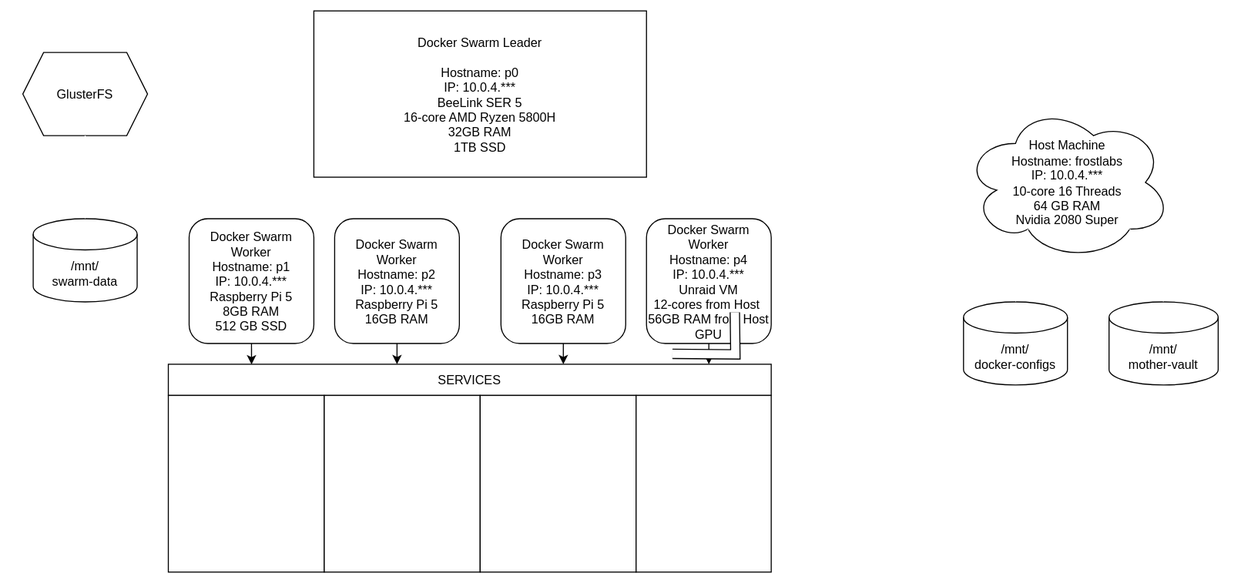
ghost062591/frostlabs-site keeps this draw.io diagram as Infrastructure Diagram.svg. Above is the earlier version. Source tidied: cells renumbered, new cells last; positions are measured from the earlier drawing's top-left corner, leaving out a move shared by most shapes.
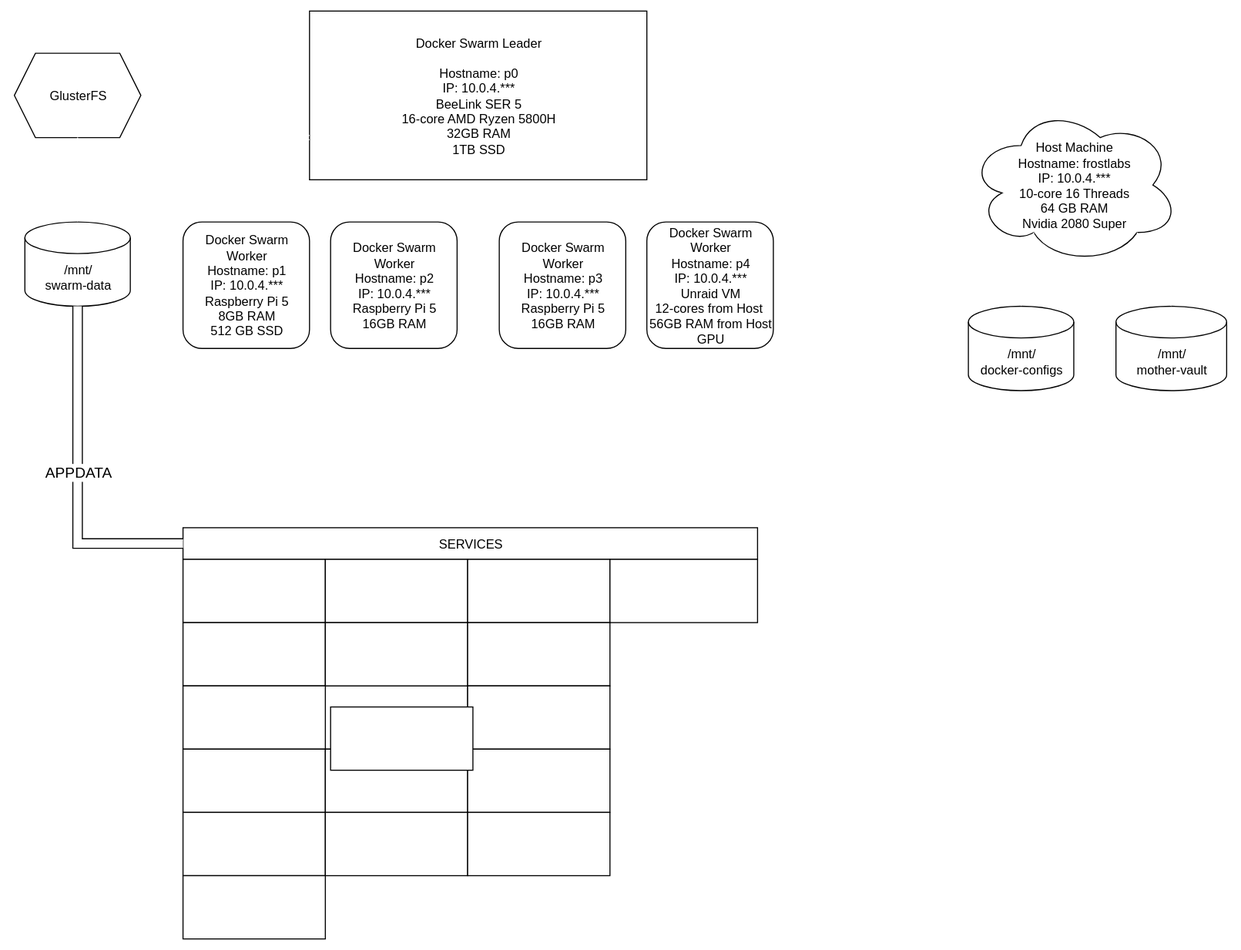
After the commit.

Commit message:
DESKTOP-61VDD0K 2025-10-17:10:4:48

Diff of the diagram source:
```diff
@@ -25,33 +25,21 @@
     <mxCell id="7" style="edgeStyle=none;html=1;exitX=0;exitY=0.5;exitDx=0;exitDy=0;entryX=1;entryY=0.5;entryDx=0;entryDy=0;strokeColor=#FFFFFF;" parent="1" edge="1" source="8" target="22">
       <mxGeometry relative="1" as="geometry" />
     </mxCell>
+    <mxCell id="31" style="edgeStyle=none;html=1;exitX=0.5;exitY=1;exitDx=0;exitDy=0;entryX=0.5;entryY=0;entryDx=0;entryDy=0;shape=arrow;strokeColor=#FFFFFF;fillColor=#FFFFFF;" parent="1" edge="1" source="8" target="24">
+      <mxGeometry relative="1" as="geometry" />
+    </mxCell>
     <mxCell id="8" value="Docker Swarm Leader&lt;br&gt;&lt;br&gt;Hostname: p0&lt;br&gt;IP: 10.0.4.***&lt;br&gt;BeeLink SER 5&lt;br&gt;16-core AMD Ryzen 5800H&lt;br&gt;32GB RAM&lt;br&gt;1TB SSD" style="rounded=0;whiteSpace=wrap;html=1;" parent="1" vertex="1">
       <mxGeometry x="280" width="320" height="160" as="geometry" />
     </mxCell>
     <mxCell id="9" value="Docker Swarm Worker&lt;br&gt;Hostname: p1&lt;br&gt;IP: 10.0.4.***&lt;br&gt;Raspberry Pi 5&lt;br&gt;8GB RAM&lt;br&gt;512 GB SSD" style="rounded=1;whiteSpace=wrap;html=1;" parent="1" vertex="1">
       <mxGeometry x="160" y="200" width="120" height="120" as="geometry" />
     </mxCell>
-    <mxCell id="10" style="edgeStyle=none;html=1;exitX=0.5;exitY=1;exitDx=0;exitDy=0;entryX=0.5;entryY=0;entryDx=0;entryDy=0;" parent="1" edge="1" source="11">
-      <mxGeometry relative="1" as="geometry">
-        <mxPoint x="360" y="340" as="targetPoint" />
-      </mxGeometry>
-    </mxCell>
     <mxCell id="11" value="Docker Swarm Worker&lt;br&gt;Hostname: p2&lt;br&gt;IP: 10.0.4.***&lt;br&gt;Raspberry Pi 5&lt;br&gt;16GB RAM" style="rounded=1;whiteSpace=wrap;html=1;" parent="1" vertex="1">
       <mxGeometry x="300" y="200" width="120" height="120" as="geometry" />
     </mxCell>
-    <mxCell id="12" style="edgeStyle=none;html=1;exitX=0.5;exitY=1;exitDx=0;exitDy=0;entryX=0.5;entryY=0;entryDx=0;entryDy=0;" parent="1" edge="1" source="13">
-      <mxGeometry relative="1" as="geometry">
-        <mxPoint x="520" y="340" as="targetPoint" />
-      </mxGeometry>
-    </mxCell>
     <mxCell id="13" value="Docker Swarm Worker&lt;br&gt;Hostname: p3&lt;br&gt;IP: 10.0.4.***&lt;br&gt;Raspberry Pi 5&lt;br&gt;16GB RAM" style="rounded=1;whiteSpace=wrap;html=1;" parent="1" vertex="1">
       <mxGeometry x="460" y="200" width="120" height="120" as="geometry" />
     </mxCell>
-    <mxCell id="14" style="edgeStyle=none;html=1;exitX=0.5;exitY=1;exitDx=0;exitDy=0;entryX=0.5;entryY=0;entryDx=0;entryDy=0;" parent="1" edge="1" source="15">
-      <mxGeometry relative="1" as="geometry">
-        <mxPoint x="660" y="340" as="targetPoint" />
-      </mxGeometry>
-    </mxCell>
     <mxCell id="15" value="Docker Swarm Worker&lt;br&gt;Hostname: p4&lt;br&gt;IP: 10.0.4.***&lt;br&gt;Unraid VM&lt;br&gt;12-cores from Host&amp;nbsp;&lt;br&gt;56GB RAM from Host&lt;br&gt;GPU" style="rounded=1;whiteSpace=wrap;html=1;" parent="1" vertex="1">
       <mxGeometry x="600" y="200" width="120" height="120" as="geometry" />
     </mxCell>
@@ -72,6 +60,13 @@
     <mxCell id="20" style="edgeStyle=none;html=1;exitX=0.8;exitY=0.8;exitDx=0;exitDy=0;exitPerimeter=0;entryX=0.5;entryY=0;entryDx=0;entryDy=0;entryPerimeter=0;strokeColor=#FFFFFF;" parent="1" edge="1" source="16" target="17">
       <mxGeometry relative="1" as="geometry" />
     </mxCell>
+    <mxCell id="32" style="edgeStyle=none;html=1;exitX=1;exitY=0;exitDx=0;exitDy=15;exitPerimeter=0;entryX=0;entryY=0.75;entryDx=0;entryDy=0;shape=link;strokeColor=#FFFFFF;" parent="1" edge="1" source="21" target="8">
+      <mxGeometry relative="1" as="geometry">
+        <Array as="points">
+          <mxPoint x="110" y="120" />
+        </Array>
+      </mxGeometry>
+    </mxCell>
     <mxCell id="21" value="/mnt/&lt;br&gt;swarm-data" style="shape=cylinder3;whiteSpace=wrap;html=1;boundedLbl=1;backgroundOutline=1;size=15;" parent="1" vertex="1">
       <mxGeometry x="10" y="200" width="100" height="80" as="geometry" />
     </mxCell>
@@ -82,28 +77,67 @@
       <mxGeometry relative="1" as="geometry" />
     </mxCell>
     <mxCell id="24" value="SERVICES" style="rounded=0;whiteSpace=wrap;html=1;" parent="1" vertex="1">
-      <mxGeometry x="140" y="340" width="580" height="30" as="geometry" />
+      <mxGeometry x="160" y="490" width="545" height="30" as="geometry" />
     </mxCell>
-    <mxCell id="25" style="rounded=0;whiteSpace=wrap;html=1;" parent="1" vertex="1">
-      <mxGeometry x="140" y="370" width="150" height="170" as="geometry" />
-    </mxCell>
-    <mxCell id="26" style="rounded=0;whiteSpace=wrap;html=1;" parent="1" vertex="1">
-      <mxGeometry x="290" y="370" width="150" height="170" as="geometry" />
-    </mxCell>
-    <mxCell id="27" style="rounded=0;whiteSpace=wrap;html=1;" parent="1" vertex="1">
-      <mxGeometry x="440" y="370" width="150" height="170" as="geometry" />
-    </mxCell>
-    <mxCell id="28" style="rounded=0;whiteSpace=wrap;html=1;" parent="1" vertex="1">
-      <mxGeometry x="590" y="370" width="130" height="170" as="geometry" />
-    </mxCell>
-    <mxCell id="29" style="edgeStyle=none;html=1;exitX=0.5;exitY=1;exitDx=0;exitDy=0;entryX=0.138;entryY=0.005;entryDx=0;entryDy=0;entryPerimeter=0;" parent="1" edge="1" source="9" target="24">
-      <mxGeometry relative="1" as="geometry" />
-    </mxCell>
-    <mxCell id="30" style="shape=filledEdge;curved=0;rounded=0;fixDash=1;endArrow=none;strokeWidth=10;fillColor=#ffffff;edgeStyle=orthogonalEdgeStyle;html=1;" parent="1" edge="1">
-      <mxGeometry relative="1" as="geometry">
-        <mxPoint x="625" y="330" as="sourcePoint" />
-        <mxPoint x="685" y="290" as="targetPoint" />
-      </mxGeometry>
+    <mxCell id="30" style="shape=filledEdge;curved=0;rounded=0;fixDash=1;endArrow=none;strokeWidth=10;fillColor=#ffffff;edgeStyle=orthogonalEdgeStyle;html=1;entryX=0;entryY=0.5;entryDx=0;entryDy=0;exitX=0.5;exitY=1;exitDx=0;exitDy=0;exitPerimeter=0;" parent="1" edge="1" source="21" target="24">
+      <mxGeometry relative="1" as="geometry" />
     </mxCell>
+    <mxCell id="33" value="&lt;font style=&quot;font-size: 14px;&quot;&gt;APPDATA&lt;/font&gt;" style="edgeLabel;html=1;align=center;verticalAlign=middle;" parent="30" vertex="1">
+      <mxGeometry x="-0.03" relative="1" as="geometry" />
+    </mxCell>
+    <mxCell id="34" style="rounded=0;whiteSpace=wrap;html=1;" parent="1" vertex="1">
+      <mxGeometry x="160" y="520" width="135" height="60" as="geometry" />
+    </mxCell>
+    <mxCell id="35" style="rounded=0;whiteSpace=wrap;html=1;" parent="1" vertex="1">
+      <mxGeometry x="295" y="520" width="135" height="60" as="geometry" />
+    </mxCell>
+    <mxCell id="36" style="rounded=0;whiteSpace=wrap;html=1;" parent="1" vertex="1">
+      <mxGeometry x="430" y="520" width="135" height="60" as="geometry" />
+    </mxCell>
+    <mxCell id="37" style="rounded=0;whiteSpace=wrap;html=1;" parent="1" vertex="1">
+      <mxGeometry x="565" y="520" width="140" height="60" as="geometry" />
+    </mxCell>
+    <mxCell id="38" style="rounded=0;whiteSpace=wrap;html=1;" parent="1" vertex="1">
+      <mxGeometry x="160" y="580" width="135" height="60" as="geometry" />
+    </mxCell>
+    <mxCell id="39" style="rounded=0;whiteSpace=wrap;html=1;" parent="1" vertex="1">
+      <mxGeometry x="295" y="640" width="135" height="60" as="geometry" />
+    </mxCell>
+    <mxCell id="40" style="rounded=0;whiteSpace=wrap;html=1;" parent="1" vertex="1">
+      <mxGeometry x="295" y="580" width="135" height="60" as="geometry" />
+    </mxCell>
+    <mxCell id="41" style="rounded=0;whiteSpace=wrap;html=1;" parent="1" vertex="1">
+      <mxGeometry x="160" y="640" width="135" height="60" as="geometry" />
+    </mxCell>
+    <mxCell id="42" style="rounded=0;whiteSpace=wrap;html=1;" parent="1" vertex="1">
+      <mxGeometry x="430" y="580" width="135" height="60" as="geometry" />
+    </mxCell>
+    <mxCell id="43" style="rounded=0;whiteSpace=wrap;html=1;" parent="1" vertex="1">
+      <mxGeometry x="430" y="640" width="135" height="60" as="geometry" />
+    </mxCell>
+    <mxCell id="44" style="rounded=0;whiteSpace=wrap;html=1;" parent="1" vertex="1">
+      <mxGeometry x="160" y="700" width="135" height="60" as="geometry" />
+    </mxCell>
+    <mxCell id="45" style="rounded=0;whiteSpace=wrap;html=1;" parent="1" vertex="1">
+      <mxGeometry x="295" y="700" width="135" height="60" as="geometry" />
+    </mxCell>
+    <mxCell id="46" style="rounded=0;whiteSpace=wrap;html=1;" parent="1" vertex="1">
+      <mxGeometry x="430" y="700" width="135" height="60" as="geometry" />
+    </mxCell>
+    <mxCell id="47" style="rounded=0;whiteSpace=wrap;html=1;" parent="1" vertex="1">
+      <mxGeometry x="160" y="760" width="135" height="60" as="geometry" />
+    </mxCell>
+    <mxCell id="48" style="rounded=0;whiteSpace=wrap;html=1;" parent="1" vertex="1">
+      <mxGeometry x="295" y="760" width="135" height="60" as="geometry" />
+    </mxCell>
+    <mxCell id="49" style="rounded=0;whiteSpace=wrap;html=1;" parent="1" vertex="1">
+      <mxGeometry x="430" y="760" width="135" height="60" as="geometry" />
+    </mxCell>
+    <mxCell id="50" style="rounded=0;whiteSpace=wrap;html=1;" parent="1" vertex="1">
+      <mxGeometry x="160" y="820" width="135" height="60" as="geometry" />
+    </mxCell>
+    <mxCell id="51" style="rounded=0;whiteSpace=wrap;html=1;" parent="1" vertex="1">
+      <mxGeometry x="300" y="660" width="135" height="60" as="geometry" />
+    </mxCell>
   </root>
 </mxGraphModel>
```
